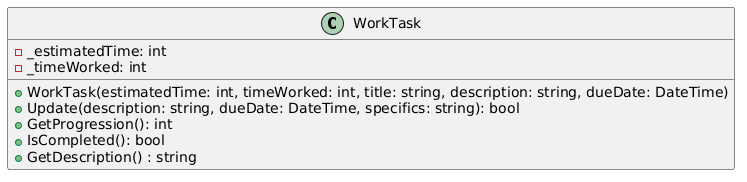
This is src/assets/img/kmom05/classdiagramWorkTask.png from bth-csharp/website, a PlantUML export, as it was before one commit.
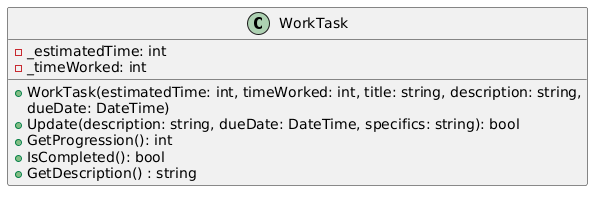
The same diagram one commit later.

Commit message:
Task kmom05 almost ready

The edit, as a diff of the source:
```diff
@@ -4,7 +4,8 @@
     - _estimatedTime: int
     - _timeWorked: int
 
-    + WorkTask(estimatedTime: int, timeWorked: int, title: string, description: string, dueDate: DateTime)
+    + WorkTask(estimatedTime: int, timeWorked: int, title: string, description: string,
+          dueDate: DateTime)
     + Update(description: string, dueDate: DateTime, specifics: string): bool
     + GetProgression(): int
     + IsCompleted(): bool
```
